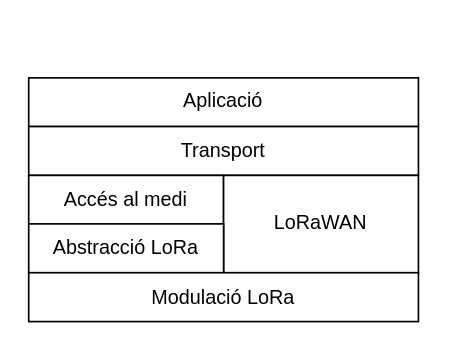
pfs26/Encaminament-LoRa keeps this draw.io diagram as memoria/imatges/capesprotocol.drawio. Above is the earlier version. Source tidied: cells renumbered, new cells numbered last; positions are measured from the earlier drawing's top-left corner, leaving out a move shared by most shapes. Both pictures are drawn from the tidied source at 165%, with x=0, y=0 at pixel (28, 78).
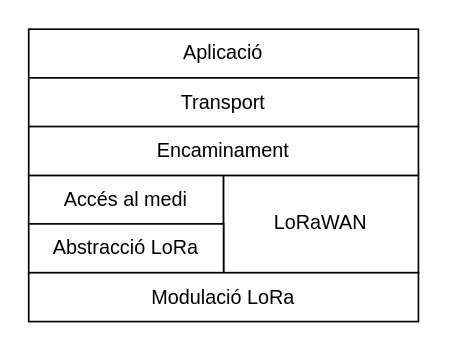
Above is the later version.

Commit message:
correcions memoria finals

The edit, as a diff of the source:
```diff
@@
 <mxGraphModel>
   <root>
     <mxCell id="0" />
     <mxCell id="1" parent="0" />
     <mxCell id="2" value="Aplicació" style="rounded=0;whiteSpace=wrap;html=1;fontFamily=Computer Modern;" parent="1" vertex="1">
-      <mxGeometry x="-0.1" y="-0.3" width="236.2" height="29.5" as="geometry" />
+      <mxGeometry x="-0.1" y="-29.8" width="236.2" height="29.5" as="geometry" />
     </mxCell>
     <mxCell id="3" value="Transport" style="rounded=0;whiteSpace=wrap;html=1;fontFamily=Computer Modern;" parent="1" vertex="1">
-      <mxGeometry x="-0.1" y="29.2" width="236.2" height="29.6" as="geometry" />
+      <mxGeometry x="-0.1" y="-0.3" width="236.2" height="29.6" as="geometry" />
     </mxCell>
     <mxCell id="4" value="Accés al medi" style="rounded=0;whiteSpace=wrap;html=1;fontFamily=Computer Modern;" parent="1" vertex="1">
       <mxGeometry x="-0.1" y="58.8" width="118.1" height="29.6" as="geometry" />
     </mxCell>
     <mxCell id="5" value="LoRaWAN" style="rounded=0;whiteSpace=wrap;html=1;fontFamily=Computer Modern;" parent="1" vertex="1">
       <mxGeometry x="118" y="58.8" width="118.1" height="59" as="geometry" />
     </mxCell>
     <mxCell id="6" value="Abstracció LoRa" style="rounded=0;whiteSpace=wrap;html=1;fontFamily=Computer Modern;" parent="1" vertex="1">
       <mxGeometry x="-0.1" y="88.2" width="118.1" height="29.6" as="geometry" />
     </mxCell>
     <mxCell id="7" value="Modulació LoRa" style="rounded=0;whiteSpace=wrap;html=1;fontFamily=Computer Modern;" parent="1" vertex="1">
       <mxGeometry x="-0.1" y="117.8" width="236.2" height="29.6" as="geometry" />
     </mxCell>
+    <mxCell id="8" value="Encaminament" style="rounded=0;whiteSpace=wrap;html=1;fontFamily=Computer Modern;" parent="1" vertex="1">
+      <mxGeometry x="-0.1" y="29.2" width="236.2" height="29.6" as="geometry" />
+    </mxCell>
   </root>
 </mxGraphModel>
```
